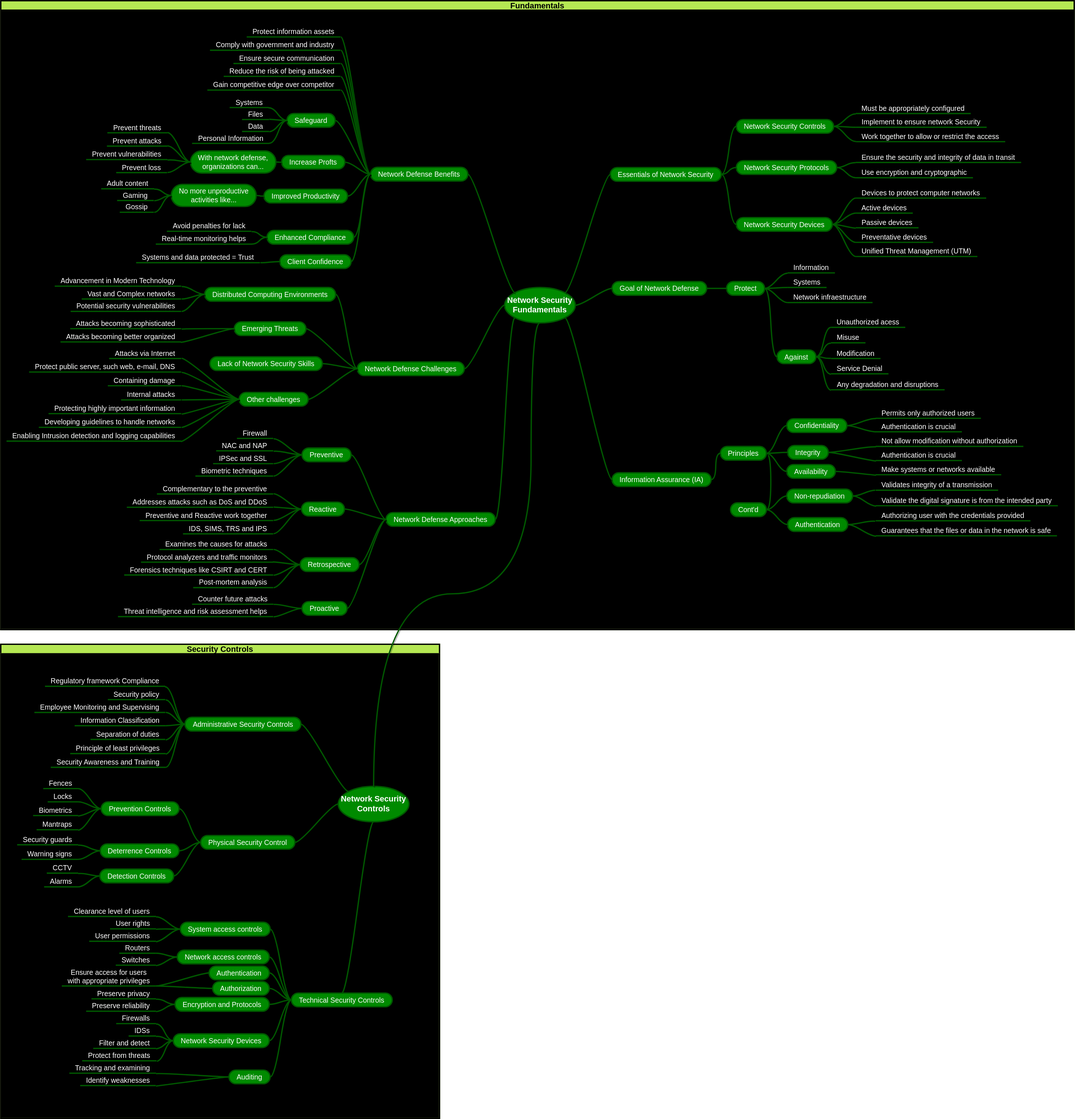
kaio6fellipe/NDE keeps this draw.io diagram as 1. Network Security Fundamentals/Network Security Fundamentals.drawio.svg. Above is the earlier version. Source tidied: cells renumbered, new cells last; positions are measured from the earlier drawing's top-left corner, leaving out a move shared by most shapes.
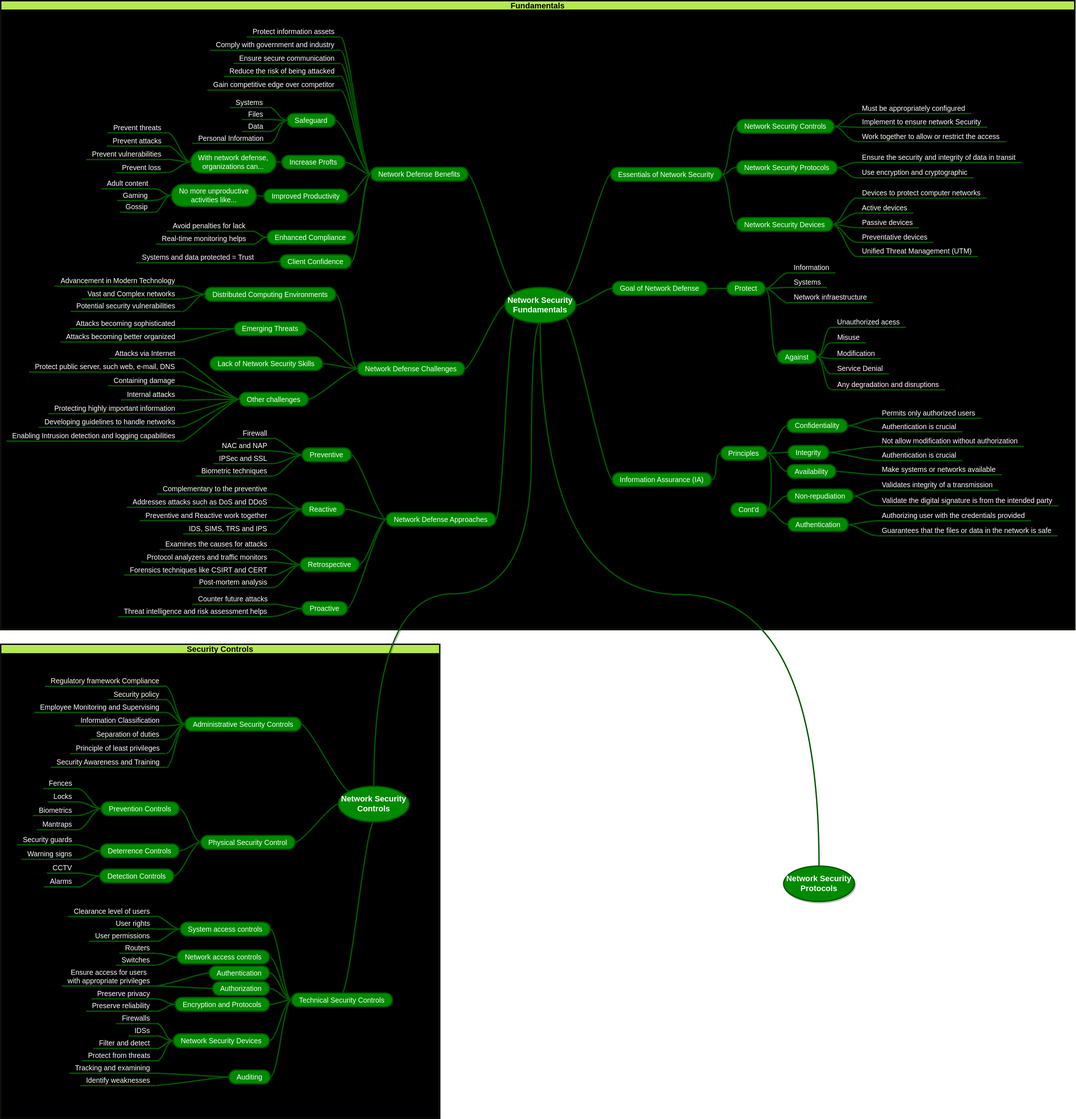
After the commit.

Commit message:
Inicio da inclusão das informações de protocolos de segurança

Change to the diagram source:
```diff
@@ -914,5 +914,11 @@
         </Array>
       </mxGeometry>
     </mxCell>
+    <mxCell id="304" value="Network Security Protocols" style="ellipse;align=center;newEdgeStyle={&quot;edgeStyle&quot;:&quot;entityRelationEdgeStyle&quot;,&quot;startArrow&quot;:&quot;none&quot;,&quot;endArrow&quot;:&quot;none&quot;,&quot;segment&quot;:10,&quot;curved&quot;:1};fontFamily=Helvetica;strokeWidth=3;sketch=0;shadow=1;whiteSpace=wrap;fontSize=18;gradientDirection=radial;fillColor=#008a00;fontColor=#ffffff;strokeColor=#005700;labelBorderColor=none;fontStyle=1;" parent="1" vertex="1">
+      <mxGeometry x="1769" y="1955" width="160" height="80" as="geometry" />
+    </mxCell>
+    <mxCell id="305" style="edgeStyle=orthogonalEdgeStyle;startArrow=none;endArrow=none;segment=10;curved=1;exitX=0.5;exitY=0;exitDx=0;exitDy=0;fontSize=12;fillColor=#008a00;strokeColor=#005700;strokeWidth=3;entryX=0.5;entryY=1;entryDx=0;entryDy=0;" parent="1" edge="1" source="304" target="91">
+      <mxGeometry relative="1" as="geometry" />
+    </mxCell>
   </root>
 </mxGraphModel>
```
